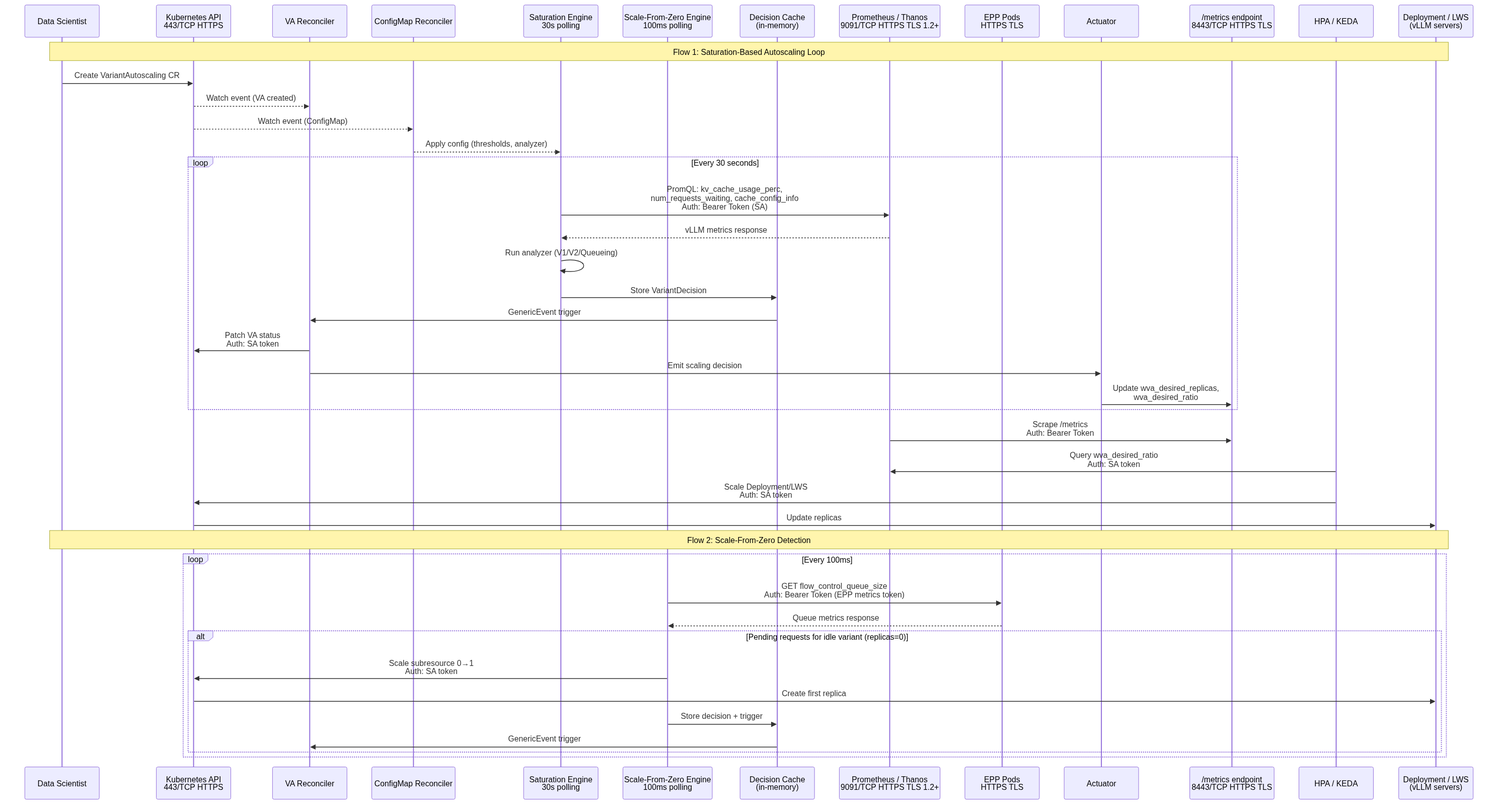
The Mermaid diagram architecture/rhoai.next/diagrams/workload-variant-autoscaler-dataflow.png in rhuss/architecture-context, before a commit. Its source is kept beside it as architecture/rhoai.next/diagrams/workload-variant-autoscaler-dataflow.mmd.
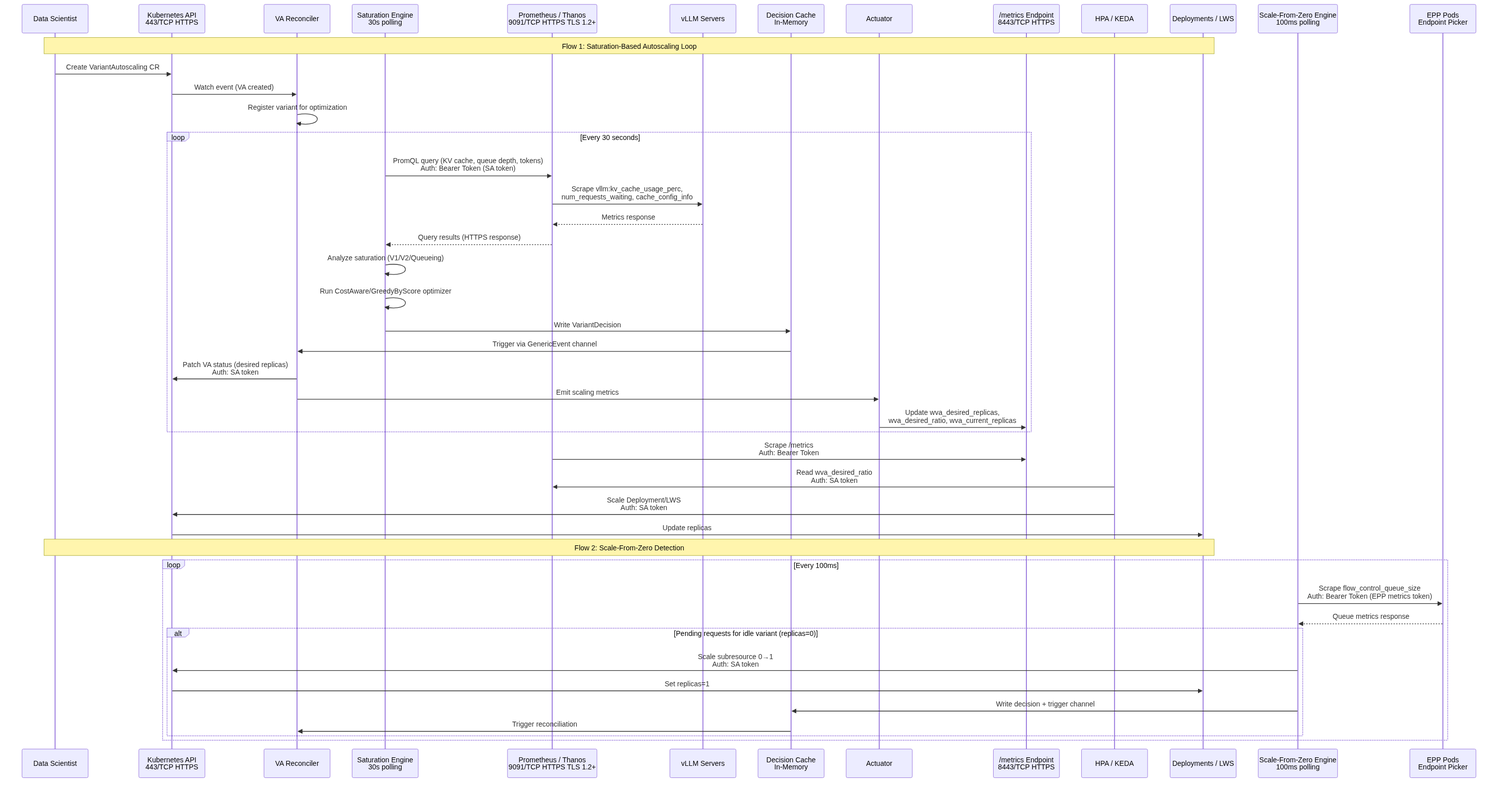
After the commit.

Change to the diagram source:
```diff
@@ -2,49 +2,52 @@
     participant User as Data Scientist
     participant K8s as Kubernetes API<br/>443/TCP HTTPS
     participant VAR as VA Reconciler
-    participant CMR as ConfigMap Reconciler
     participant SatEng as Saturation Engine<br/>30s polling
-    participant SFZEng as Scale-From-Zero Engine<br/>100ms polling
-    participant Cache as Decision Cache<br/>(in-memory)
     participant Prom as Prometheus / Thanos<br/>9091/TCP HTTPS TLS 1.2+
-    participant EPP as EPP Pods<br/>HTTPS TLS
-    participant Actuator as Actuator
-    participant Metrics as /metrics endpoint<br/>8443/TCP HTTPS TLS
+    participant vLLM as vLLM Servers
+    participant Cache as Decision Cache<br/>In-Memory
+    participant Act as Actuator
+    participant Metrics as /metrics Endpoint<br/>8443/TCP HTTPS
     participant HPA as HPA / KEDA
-    participant Workload as Deployment / LWS<br/>(vLLM servers)
+    participant Deploy as Deployments / LWS
 
-    Note over User,Workload: Flow 1: Saturation-Based Autoscaling Loop
+    Note over User,Deploy: Flow 1: Saturation-Based Autoscaling Loop
 
     User->>K8s: Create VariantAutoscaling CR
-    K8s-->>VAR: Watch event (VA created)
-    K8s-->>CMR: Watch event (ConfigMap)
-    CMR-->>SatEng: Apply config (thresholds, analyzer)
+    K8s->>VAR: Watch event (VA created)
+    VAR->>VAR: Register variant for optimization
 
     loop Every 30 seconds
-        SatEng->>Prom: PromQL: kv_cache_usage_perc,<br/>num_requests_waiting, cache_config_info<br/>Auth: Bearer Token (SA)
-        Prom-->>SatEng: vLLM metrics response
-        SatEng->>SatEng: Run analyzer (V1/V2/Queueing)
-        SatEng->>Cache: Store VariantDecision
-        Cache->>VAR: GenericEvent trigger
-        VAR->>K8s: Patch VA status<br/>Auth: SA token
-        VAR->>Actuator: Emit scaling decision
-        Actuator->>Metrics: Update wva_desired_replicas,<br/>wva_desired_ratio
+        SatEng->>Prom: PromQL query (KV cache, queue depth, tokens)<br/>Auth: Bearer Token (SA token)
+        Prom->>vLLM: Scrape vllm:kv_cache_usage_perc,<br/>num_requests_waiting, cache_config_info
+        vLLM-->>Prom: Metrics response
+        Prom-->>SatEng: Query results (HTTPS response)
+        SatEng->>SatEng: Analyze saturation (V1/V2/Queueing)
+        SatEng->>SatEng: Run CostAware/GreedyByScore optimizer
+        SatEng->>Cache: Write VariantDecision
+        Cache->>VAR: Trigger via GenericEvent channel
+        VAR->>K8s: Patch VA status (desired replicas)<br/>Auth: SA token
+        VAR->>Act: Emit scaling metrics
+        Act->>Metrics: Update wva_desired_replicas,<br/>wva_desired_ratio, wva_current_replicas
     end
 
     Prom->>Metrics: Scrape /metrics<br/>Auth: Bearer Token
-    HPA->>Prom: Query wva_desired_ratio<br/>Auth: SA token
+    HPA->>Prom: Read wva_desired_ratio<br/>Auth: SA token
     HPA->>K8s: Scale Deployment/LWS<br/>Auth: SA token
-    K8s->>Workload: Update replicas
+    K8s->>Deploy: Update replicas
 
-    Note over User,Workload: Flow 2: Scale-From-Zero Detection
+    Note over User,Deploy: Flow 2: Scale-From-Zero Detection
+
+    participant SFZ as Scale-From-Zero Engine<br/>100ms polling
+    participant EPP as EPP Pods<br/>Endpoint Picker
 
     loop Every 100ms
-        SFZEng->>EPP: GET flow_control_queue_size<br/>Auth: Bearer Token (EPP metrics token)
-        EPP-->>SFZEng: Queue metrics response
+        SFZ->>EPP: Scrape flow_control_queue_size<br/>Auth: Bearer Token (EPP metrics token)
+        EPP-->>SFZ: Queue metrics response
         alt Pending requests for idle variant (replicas=0)
-            SFZEng->>K8s: Scale subresource 0→1<br/>Auth: SA token
-            K8s->>Workload: Create first replica
-            SFZEng->>Cache: Store decision + trigger
-            Cache->>VAR: GenericEvent trigger
+            SFZ->>K8s: Scale subresource 0→1<br/>Auth: SA token
+            K8s->>Deploy: Set replicas=1
+            SFZ->>Cache: Write decision + trigger channel
+            Cache->>VAR: Trigger reconciliation
         end
     end
```
